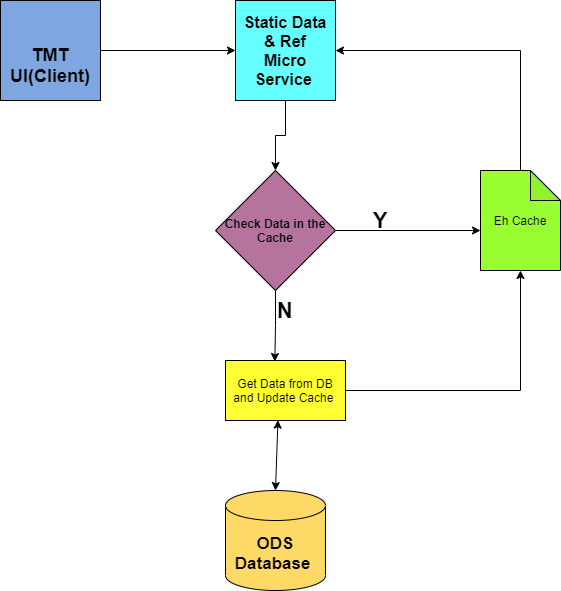
The draw.io diagram Final Des.png in Anudeep7519/TMT-Working, before a commit. Source tidied: cells renumbered, new cells last; positions are measured from the earlier drawing's top-left corner, leaving out a move shared by most shapes.
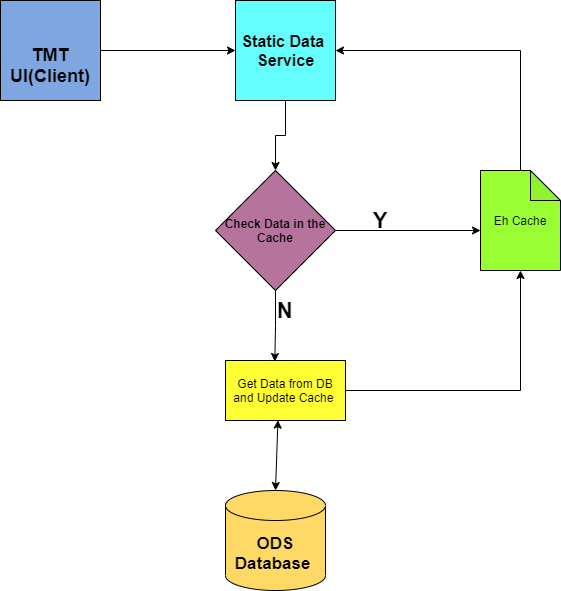
The same diagram one commit later.

What changed in the source:
```diff
@@ -19,7 +19,7 @@
         <mxPoint x="275" y="170" as="targetPoint" />
       </mxGeometry>
     </mxCell>
-    <mxCell id="7" value="&lt;b&gt;&lt;font style=&quot;font-size: 16px&quot;&gt;Static Data &amp;amp; Ref&lt;br&gt;Micro Service&lt;/font&gt;&lt;/b&gt;&amp;nbsp;" style="whiteSpace=wrap;html=1;fillColor=#66FFFF;" parent="1" vertex="1">
+    <mxCell id="7" value="&lt;b&gt;&lt;font style=&quot;font-size: 16px&quot;&gt;Static Data&amp;nbsp;&lt;br&gt;&amp;nbsp;Service&lt;/font&gt;&lt;/b&gt;&amp;nbsp;" style="whiteSpace=wrap;html=1;fillColor=#66FFFF;" parent="1" vertex="1">
       <mxGeometry x="235" width="100" height="100" as="geometry" />
     </mxCell>
     <mxCell id="8" style="edgeStyle=orthogonalEdgeStyle;rounded=0;jettySize=auto;html=1;exitX=0.5;exitY=1;exitDx=0;exitDy=0;entryX=0.411;entryY=0.017;entryDx=0;entryDy=0;entryPerimeter=0;" parent="1" edge="1" source="9" target="14">
```
